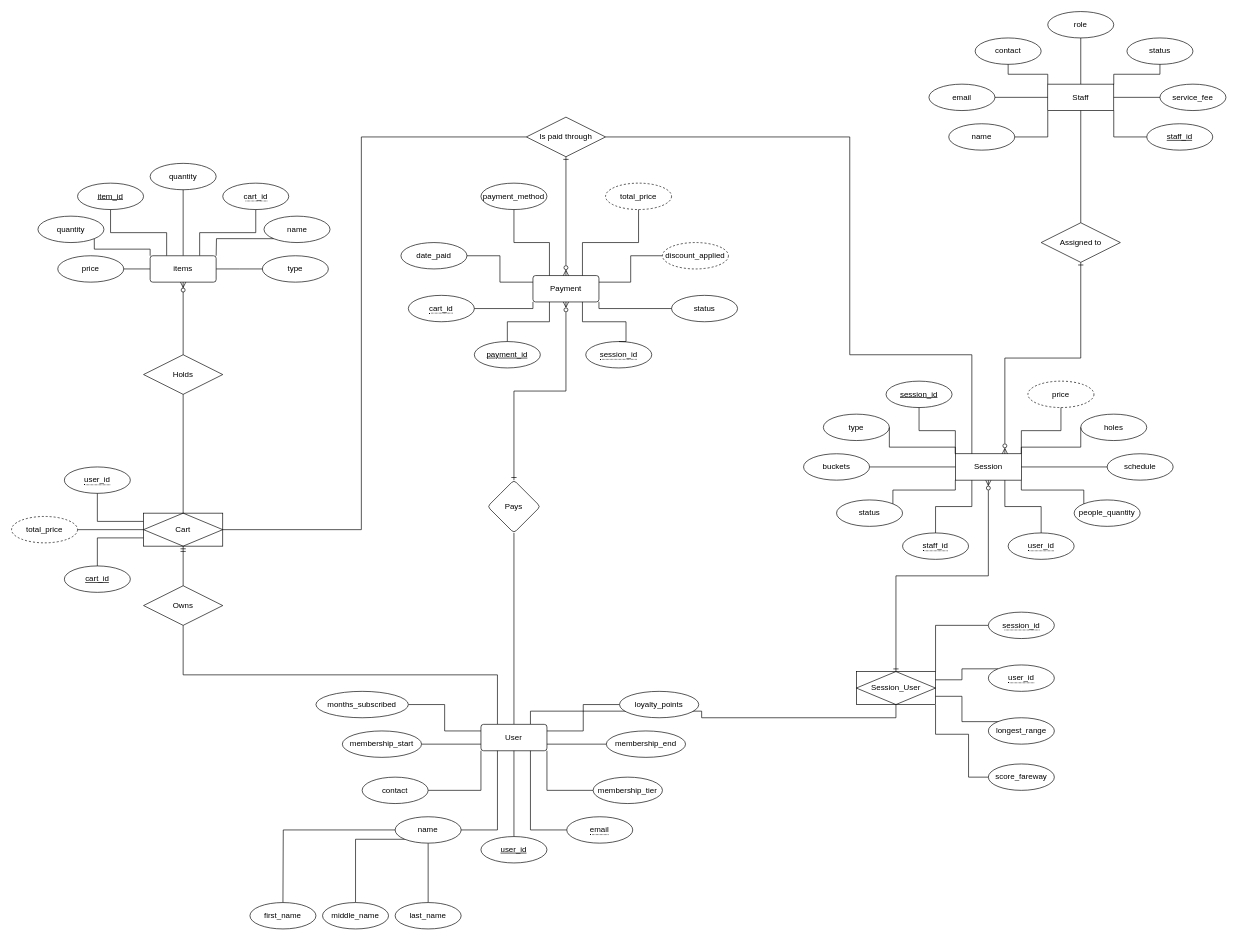
This is golf-chen-notation.drawio from johnllss/INFOM_DB-App_Gr3, a draw.io file, before an edit. Source tidied: cells renumbered, new cells numbered last; positions are measured from the earlier drawing's top-left corner, leaving out a move shared by most shapes. Both pictures are drawn from the tidied source at 66%, with x=0, y=0 at pixel (11, 11).
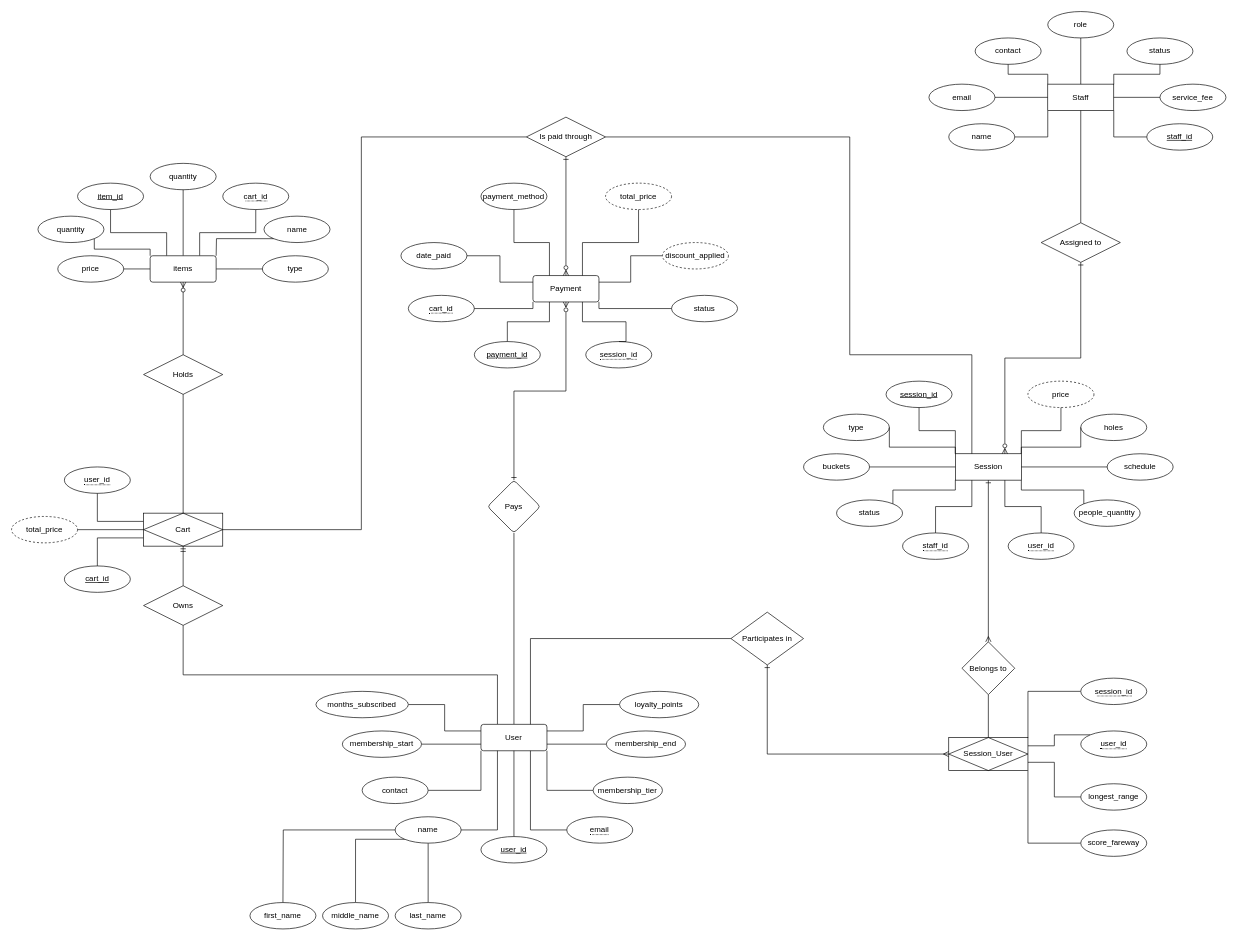
After the change.

Commit message:
Changed cardinalities for User, Session_User, and Session

Unchanged cells that the change refers to:
```xml
<mxCell id="5" value="User" style="rounded=1;arcSize=10;whiteSpace=wrap;html=1;align=center;" parent="1" vertex="1">
  <mxGeometry x="711.2" y="1080" width="100" height="40" as="geometry" />
</mxCell>
<mxCell id="34" value="Session" style="whiteSpace=wrap;html=1;align=center;" parent="1" vertex="1">
  <mxGeometry x="1430" y="670" width="100" height="40" as="geometry" />
</mxCell>
```

What changed in the source:
```diff
@@
-    <mxCell id="2" style="edgeStyle=orthogonalEdgeStyle;rounded=0;jettySize=auto;html=1;endArrow=none;endFill=0;exitX=0.75;exitY=0;exitDx=0;exitDy=0;entryX=0.5;entryY=1;entryDx=0;entryDy=0;" parent="1" edge="1" source="5" target="121">
-      <mxGeometry relative="1" as="geometry" />
-    </mxCell>
@@
-    <mxCell id="26" style="edgeStyle=orthogonalEdgeStyle;rounded=0;jettySize=auto;html=1;endArrow=ERzeroToMany;endFill=0;startArrow=ERone;startFill=0;entryX=0.5;entryY=1;entryDx=0;entryDy=0;exitX=0.5;exitY=0;exitDx=0;exitDy=0;" parent="1" edge="1" source="121" target="34">
-      <mxGeometry relative="1" as="geometry" />
-    </mxCell>
@@
     <mxCell id="120" style="edgeStyle=orthogonalEdgeStyle;rounded=0;jettySize=auto;html=1;entryX=0;entryY=0.5;entryDx=0;entryDy=0;endArrow=none;endFill=0;exitX=1;exitY=1;exitDx=0;exitDy=0;" parent="1" edge="1" source="121" target="126">
       <mxGeometry relative="1" as="geometry">
         <Array as="points">
-          <mxPoint x="1400" y="1095" />
-          <mxPoint x="1450" y="1095" />
-          <mxPoint x="1450" y="1160" />
+          <mxPoint x="1540" y="1260" />
         </Array>
       </mxGeometry>
     </mxCell>
+    <mxCell id="129" style="edgeStyle=orthogonalEdgeStyle;rounded=0;jettySize=auto;html=1;endArrow=ERone;endFill=0;startArrow=ERmany;startFill=0;" parent="1" edge="1" source="121" target="132">
+      <mxGeometry relative="1" as="geometry" />
+    </mxCell>
+    <mxCell id="130" style="edgeStyle=orthogonalEdgeStyle;rounded=0;jettySize=auto;html=1;endArrow=none;endFill=0;" parent="1" edge="1" source="121" target="134">
+      <mxGeometry relative="1" as="geometry" />
+    </mxCell>
     <mxCell id="121" value="Session_User" style="shape=associativeEntity;whiteSpace=wrap;html=1;align=center;" parent="1" vertex="1">
-      <mxGeometry x="1280" y="1000" width="120" height="50" as="geometry" />
+      <mxGeometry x="1420" y="1100" width="120" height="50" as="geometry" />
     </mxCell>
@@
     <mxCell id="123" value="&lt;span style=&quot;border-bottom: 1px dotted&quot;&gt;session_id&lt;/span&gt;" style="ellipse;whiteSpace=wrap;html=1;align=center;" parent="1" vertex="1">
-      <mxGeometry x="1480" y="910" width="100" height="40" as="geometry" />
+      <mxGeometry x="1620" y="1010" width="100" height="40" as="geometry" />
     </mxCell>
@@
     <mxCell id="125" value="&lt;span style=&quot;border-bottom: 1px dotted&quot;&gt;user_id&lt;/span&gt;" style="ellipse;whiteSpace=wrap;html=1;align=center;" parent="1" vertex="1">
-      <mxGeometry x="1480" y="990" width="100" height="40" as="geometry" />
+      <mxGeometry x="1620" y="1090" width="100" height="40" as="geometry" />
     </mxCell>
     <mxCell id="126" value="score_fareway" style="ellipse;whiteSpace=wrap;html=1;align=center;" parent="1" vertex="1">
-      <mxGeometry x="1480" y="1140" width="100" height="40" as="geometry" />
+      <mxGeometry x="1620" y="1240" width="100" height="40" as="geometry" />
     </mxCell>
-    <mxCell id="127" style="edgeStyle=orthogonalEdgeStyle;rounded=0;jettySize=auto;html=1;exitX=1;exitY=0;exitDx=0;exitDy=0;entryX=1;entryY=0.75;entryDx=0;entryDy=0;endArrow=none;endFill=0;" parent="1" edge="1" source="128" target="121">
+    <mxCell id="127" style="edgeStyle=orthogonalEdgeStyle;rounded=0;jettySize=auto;html=1;exitX=0;exitY=0.5;exitDx=0;exitDy=0;entryX=1;entryY=0.75;entryDx=0;entryDy=0;endArrow=none;endFill=0;" parent="1" edge="1" source="128" target="121">
       <mxGeometry relative="1" as="geometry" />
     </mxCell>
     <mxCell id="128" value="longest_range" style="ellipse;whiteSpace=wrap;html=1;align=center;" parent="1" vertex="1">
-      <mxGeometry x="1480" y="1070" width="100" height="40" as="geometry" />
+      <mxGeometry x="1620" y="1170" width="100" height="40" as="geometry" />
     </mxCell>
+    <mxCell id="131" style="edgeStyle=orthogonalEdgeStyle;rounded=0;jettySize=auto;html=1;entryX=0.75;entryY=0;entryDx=0;entryDy=0;endArrow=none;endFill=0;" parent="1" edge="1" source="132" target="5">
+      <mxGeometry relative="1" as="geometry" />
+    </mxCell>
+    <mxCell id="132" value="Participates in" style="rhombus;whiteSpace=wrap;html=1;" parent="1" vertex="1">
+      <mxGeometry x="1090" y="910" width="110" height="80" as="geometry" />
+    </mxCell>
+    <mxCell id="133" style="edgeStyle=orthogonalEdgeStyle;rounded=0;jettySize=auto;html=1;entryX=0.5;entryY=1;entryDx=0;entryDy=0;endArrow=ERone;endFill=0;startArrow=ERmany;startFill=0;" parent="1" edge="1" source="134" target="34">
+      <mxGeometry relative="1" as="geometry" />
+    </mxCell>
+    <mxCell id="134" value="Belongs to" style="rhombus;whiteSpace=wrap;html=1;" parent="1" vertex="1">
+      <mxGeometry x="1440" y="955" width="80" height="80" as="geometry" />
+    </mxCell>
```
